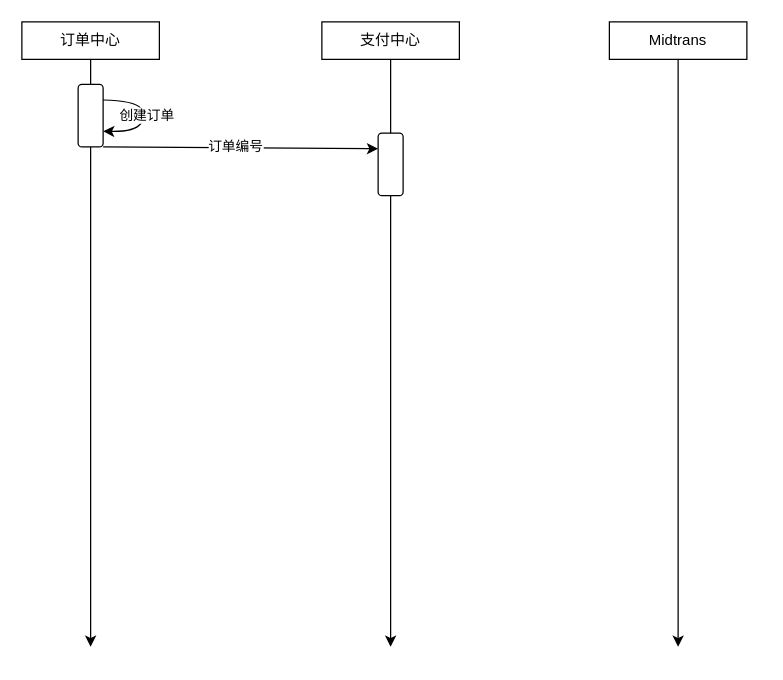
Before: test.drawio in chenjia1949/book, a draw.io diagram. Source tidied: cells renumbered, new cells numbered last; positions are measured from the earlier drawing's top-left corner, leaving out a move shared by most shapes. Both pictures are drawn from the tidied source at 125%, with x=0, y=0 at pixel (21, 21).
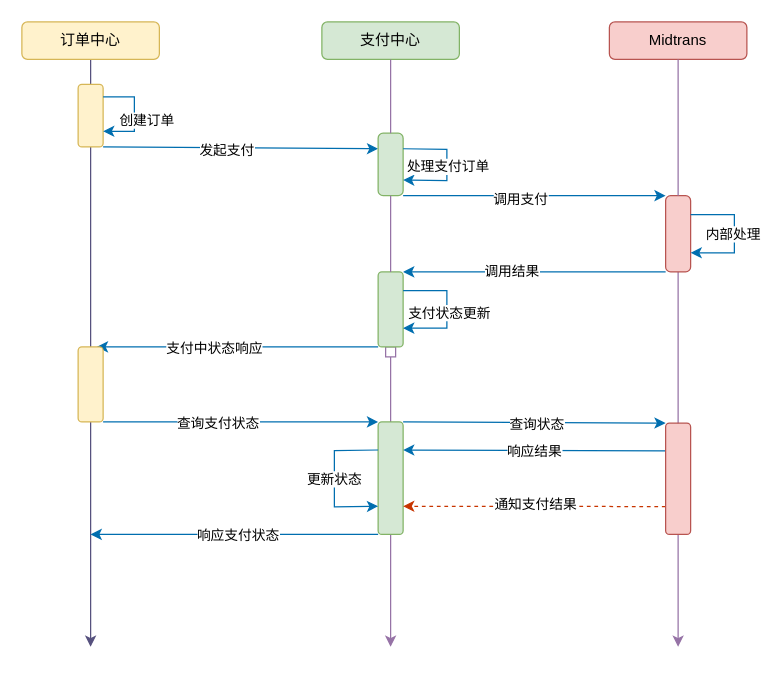
After the change.

Change to the diagram source:
```diff
@@
+    <mxCell id="15" style="edgeStyle=orthogonalEdgeStyle;rounded=0;jettySize=auto;html=1;exitX=0.5;exitY=1;exitDx=0;exitDy=0;endArrow=none;shadow=0;strokeColor=#56517e;fillColor=#d0cee2;" parent="1" edge="1" source="3" target="35">
+      <mxGeometry relative="1" as="geometry" />
+    </mxCell>
-    <mxCell id="2" style="edgeStyle=orthogonalEdgeStyle;rounded=0;jettySize=auto;html=1;exitX=0.5;exitY=1;exitDx=0;exitDy=0;" parent="1" edge="1" source="3">
+    <mxCell id="2" style="edgeStyle=orthogonalEdgeStyle;rounded=0;jettySize=auto;html=1;exitX=0.5;exitY=1;exitDx=0;exitDy=0;startArrow=none;fillColor=#d0cee2;strokeColor=#56517e;" parent="1" edge="1" source="35">
       <mxGeometry relative="1" as="geometry">
         <mxPoint x="55" y="500" as="targetPoint" />
       </mxGeometry>
     </mxCell>
-    <mxCell id="3" value="订单中心" style="rounded=0;whiteSpace=wrap;html=1;" parent="1" vertex="1">
+    <mxCell id="3" value="订单中心" style="rounded=1;whiteSpace=wrap;html=1;fillColor=#fff2cc;strokeColor=#d6b656;" parent="1" vertex="1">
       <mxGeometry width="110" height="30" as="geometry" />
     </mxCell>
-    <mxCell id="4" style="edgeStyle=orthogonalEdgeStyle;rounded=0;jettySize=auto;html=1;exitX=0.5;exitY=1;exitDx=0;exitDy=0;startArrow=none;" parent="1" edge="1" source="13">
+    <mxCell id="4" style="edgeStyle=orthogonalEdgeStyle;rounded=0;jettySize=auto;html=1;exitX=0.5;exitY=1;exitDx=0;exitDy=0;startArrow=box;fillColor=#e1d5e7;strokeColor=#9673a6;startFill=0;" parent="1" edge="1" source="27">
       <mxGeometry relative="1" as="geometry">
         <mxPoint x="295" y="500" as="targetPoint" />
       </mxGeometry>
     </mxCell>
-    <mxCell id="5" value="支付中心" style="rounded=0;whiteSpace=wrap;html=1;" parent="1" vertex="1">
+    <mxCell id="5" value="支付中心" style="rounded=1;whiteSpace=wrap;html=1;fillColor=#d5e8d4;strokeColor=#82b366;" parent="1" vertex="1">
       <mxGeometry x="240" width="110" height="30" as="geometry" />
     </mxCell>
-    <mxCell id="6" style="edgeStyle=orthogonalEdgeStyle;rounded=0;jettySize=auto;html=1;exitX=0.5;exitY=1;exitDx=0;exitDy=0;" parent="1" edge="1" source="7">
+    <mxCell id="6" style="edgeStyle=orthogonalEdgeStyle;rounded=0;jettySize=auto;html=1;exitX=0.5;exitY=1;exitDx=0;exitDy=0;startArrow=none;fillColor=#e1d5e7;strokeColor=#9673a6;" parent="1" edge="1" source="23">
       <mxGeometry relative="1" as="geometry">
         <mxPoint x="525" y="500" as="targetPoint" />
       </mxGeometry>
     </mxCell>
-    <mxCell id="7" value="Midtrans" style="rounded=0;whiteSpace=wrap;html=1;" parent="1" vertex="1">
+    <mxCell id="7" value="Midtrans" style="rounded=1;whiteSpace=wrap;html=1;glass=0;fillColor=#f8cecc;strokeColor=#b85450;" parent="1" vertex="1">
       <mxGeometry x="470" width="110" height="30" as="geometry" />
     </mxCell>
-    <mxCell id="8" style="rounded=1;whiteSpace=wrap;html=1;" parent="1" vertex="1">
+    <mxCell id="8" style="rounded=1;whiteSpace=wrap;html=1;shadow=0;fillColor=#fff2cc;strokeColor=#d6b656;" parent="1" vertex="1">
       <mxGeometry x="45" y="50" width="20" height="50" as="geometry" />
     </mxCell>
-    <mxCell id="9" style="curved=1;endArrow=classic;html=1;rounded=0;exitX=1;exitY=0.25;exitDx=0;exitDy=0;entryX=1;entryY=0.75;entryDx=0;entryDy=0;" parent="1" edge="1" source="8" target="8">
-      <mxGeometry relative="1" as="geometry">
-        <Array as="points">
-          <mxPoint x="90" y="63" />
-          <mxPoint x="100" y="75" />
-          <mxPoint x="90" y="88" />
-        </Array>
-      </mxGeometry>
-    </mxCell>
-    <mxCell id="10" value="创建订单" style="edgeLabel;html=1;align=center;verticalAlign=middle;" parent="9" vertex="1">
-      <mxGeometry x="0.06" y="1" relative="1" as="geometry">
-        <mxPoint y="-3" as="offset" />
-      </mxGeometry>
-    </mxCell>
-    <mxCell id="11" style="endArrow=classic;html=1;rounded=0;exitX=1;exitY=1;exitDx=0;exitDy=0;entryX=0;entryY=0.25;entryDx=0;entryDy=0;" parent="1" edge="1" source="8" target="13">
+    <mxCell id="11" style="endArrow=classic;html=1;rounded=0;exitX=1;exitY=1;exitDx=0;exitDy=0;entryX=0;entryY=0.25;entryDx=0;entryDy=0;fillColor=#1ba1e2;strokeColor=#006EAF;" parent="1" edge="1" source="8" target="13">
       <mxGeometry relative="1" as="geometry" />
     </mxCell>
-    <mxCell id="12" value="订单编号" style="edgeLabel;html=1;align=center;verticalAlign=middle;" parent="11" vertex="1">
-      <mxGeometry x="-0.22" y="2" relative="1" as="geometry">
-        <mxPoint x="19" y="1" as="offset" />
-      </mxGeometry>
-    </mxCell>
+    <mxCell id="16" value="发起支付" style="edgeLabel;html=1;align=center;verticalAlign=middle;" parent="11" vertex="1">
+      <mxGeometry x="-0.1" y="-2" relative="1" as="geometry" />
+    </mxCell>
-    <mxCell id="13" style="rounded=1;whiteSpace=wrap;html=1;" parent="1" vertex="1">
+    <mxCell id="13" style="rounded=1;whiteSpace=wrap;html=1;arcSize=20;fillColor=#d5e8d4;strokeColor=#82b366;" parent="1" vertex="1">
       <mxGeometry x="285" y="89" width="20" height="50" as="geometry" />
     </mxCell>
-    <mxCell id="14" style="edgeStyle=orthogonalEdgeStyle;rounded=0;jettySize=auto;html=1;exitX=0.5;exitY=1;exitDx=0;exitDy=0;endArrow=none;" parent="1" edge="1" source="5" target="13">
+    <mxCell id="14" style="edgeStyle=orthogonalEdgeStyle;rounded=0;jettySize=auto;html=1;exitX=0.5;exitY=1;exitDx=0;exitDy=0;endArrow=none;fillColor=#e1d5e7;strokeColor=#9673a6;" parent="1" edge="1" source="5" target="13">
       <mxGeometry relative="1" as="geometry" />
     </mxCell>
+    <mxCell id="17" style="endArrow=classic;html=1;rounded=0;exitX=1;exitY=0.25;exitDx=0;exitDy=0;entryX=1;entryY=0.75;entryDx=0;entryDy=0;fillColor=#1ba1e2;strokeColor=#006EAF;" parent="1" edge="1" source="13" target="13">
+      <mxGeometry relative="1" as="geometry">
+        <Array as="points">
+          <mxPoint x="340" y="102" />
+          <mxPoint x="340" y="127" />
+        </Array>
+      </mxGeometry>
+    </mxCell>
+    <mxCell id="18" value="处理支付订单" style="edgeLabel;html=1;align=center;verticalAlign=middle;" parent="17" vertex="1">
+      <mxGeometry x="0.03" relative="1" as="geometry" />
+    </mxCell>
+    <mxCell id="19" style="endArrow=classic;html=1;rounded=0;exitX=1;exitY=1;exitDx=0;exitDy=0;entryX=0;entryY=0;entryDx=0;entryDy=0;fillColor=#1ba1e2;strokeColor=#006EAF;" parent="1" edge="1" source="13" target="23">
+      <mxGeometry relative="1" as="geometry" />
+    </mxCell>
+    <mxCell id="20" value="调用支付" style="edgeLabel;html=1;align=center;verticalAlign=middle;" parent="19" vertex="1">
+      <mxGeometry x="-0.11" y="-2" relative="1" as="geometry" />
+    </mxCell>
+    <mxCell id="21" style="rounded=0;jettySize=auto;html=1;exitX=0;exitY=1;exitDx=0;exitDy=0;entryX=1;entryY=0;entryDx=0;entryDy=0;fillColor=#1ba1e2;strokeColor=#006EAF;" parent="1" edge="1" source="23" target="27">
+      <mxGeometry relative="1" as="geometry" />
+    </mxCell>
+    <mxCell id="22" value="调用结果" style="edgeLabel;html=1;align=center;verticalAlign=middle;" parent="21" vertex="1">
+      <mxGeometry x="0.18" y="-1" relative="1" as="geometry" />
+    </mxCell>
+    <mxCell id="23" style="rounded=1;whiteSpace=wrap;html=1;arcSize=20;fillColor=#f8cecc;strokeColor=#b85450;" parent="1" vertex="1">
+      <mxGeometry x="515" y="139" width="20" height="61" as="geometry" />
+    </mxCell>
+    <mxCell id="24" style="edgeStyle=orthogonalEdgeStyle;rounded=0;jettySize=auto;html=1;exitX=0.5;exitY=1;exitDx=0;exitDy=0;endArrow=none;fillColor=#e1d5e7;strokeColor=#9673a6;" parent="1" edge="1" source="7" target="23">
+      <mxGeometry relative="1" as="geometry" />
+    </mxCell>
+    <mxCell id="25" style="edgeStyle=elbowEdgeStyle;rounded=0;jettySize=auto;html=1;exitX=0;exitY=1;exitDx=0;exitDy=0;entryX=0.75;entryY=0;entryDx=0;entryDy=0;fillColor=#1ba1e2;strokeColor=#006EAF;" parent="1" edge="1" source="27" target="35">
+      <mxGeometry relative="1" as="geometry">
+        <Array as="points">
+          <mxPoint x="200" y="260" />
+        </Array>
+      </mxGeometry>
+    </mxCell>
+    <mxCell id="26" value="支付中状态响应" style="edgeLabel;html=1;align=center;verticalAlign=middle;" parent="25" vertex="1">
+      <mxGeometry x="0.17" relative="1" as="geometry" />
+    </mxCell>
+    <mxCell id="27" style="rounded=1;whiteSpace=wrap;html=1;fillColor=#d5e8d4;strokeColor=#82b366;" parent="1" vertex="1">
+      <mxGeometry x="285" y="200" width="20" height="60" as="geometry" />
+    </mxCell>
+    <mxCell id="28" style="edgeStyle=orthogonalEdgeStyle;rounded=0;jettySize=auto;html=1;exitX=0.5;exitY=1;exitDx=0;exitDy=0;startArrow=none;endArrow=none;fillColor=#e1d5e7;strokeColor=#9673a6;" parent="1" edge="1" source="13" target="27">
+      <mxGeometry relative="1" as="geometry" />
+    </mxCell>
+    <mxCell id="29" style="edgeStyle=orthogonalEdgeStyle;rounded=0;orthogonalLoop=1;jettySize=auto;html=1;exitX=1;exitY=0.25;exitDx=0;exitDy=0;entryX=1;entryY=0.75;entryDx=0;entryDy=0;fillColor=#1ba1e2;strokeColor=#006EAF;" parent="1" edge="1" source="27" target="27">
+      <mxGeometry relative="1" as="geometry">
+        <Array as="points">
+          <mxPoint x="340" y="215" />
+          <mxPoint x="340" y="245" />
+        </Array>
+      </mxGeometry>
+    </mxCell>
+    <mxCell id="30" value="支付状态更新" style="edgeLabel;html=1;align=center;verticalAlign=middle;" parent="29" vertex="1">
+      <mxGeometry x="0.03" y="1" relative="1" as="geometry" />
+    </mxCell>
+    <mxCell id="31" style="edgeStyle=elbowEdgeStyle;rounded=0;orthogonalLoop=1;jettySize=auto;html=1;exitX=1;exitY=0.25;exitDx=0;exitDy=0;entryX=1;entryY=0.75;entryDx=0;entryDy=0;elbow=vertical;fillColor=#1ba1e2;strokeColor=#006EAF;" parent="1" edge="1" source="23" target="23">
+      <mxGeometry relative="1" as="geometry">
+        <Array as="points">
+          <mxPoint x="570" y="170" />
+        </Array>
+      </mxGeometry>
+    </mxCell>
+    <mxCell id="32" value="内部处理" style="edgeLabel;html=1;align=center;verticalAlign=middle;" parent="31" vertex="1">
+      <mxGeometry x="0.36" y="-3" relative="1" as="geometry">
+        <mxPoint x="1" y="-12" as="offset" />
+      </mxGeometry>
+    </mxCell>
+    <mxCell id="33" style="rounded=0;jettySize=auto;html=1;exitX=1;exitY=1;exitDx=0;exitDy=0;entryX=0;entryY=0;entryDx=0;entryDy=0;fillColor=#1ba1e2;strokeColor=#006EAF;" parent="1" edge="1" source="35" target="40">
+      <mxGeometry relative="1" as="geometry" />
+    </mxCell>
+    <mxCell id="34" value="查询支付状态" style="edgeLabel;html=1;align=center;verticalAlign=middle;" parent="33" vertex="1">
+      <mxGeometry x="-0.17" relative="1" as="geometry" />
+    </mxCell>
+    <mxCell id="35" style="rounded=1;whiteSpace=wrap;html=1;fillColor=#fff2cc;strokeColor=#d6b656;" parent="1" vertex="1">
+      <mxGeometry x="45" y="260" width="20" height="60" as="geometry" />
+    </mxCell>
+    <mxCell id="10" value="创建订单" style="edgeStyle=orthogonalEdgeStyle;rounded=0;jettySize=auto;html=1;entryX=1;entryY=0.75;entryDx=0;entryDy=0;fillColor=#1ba1e2;strokeColor=#006EAF;" parent="1" edge="1" target="8">
+      <mxGeometry x="0.14" y="10" relative="1" as="geometry">
+        <mxPoint x="65" y="60" as="sourcePoint" />
+        <Array as="points">
+          <mxPoint x="65" y="60" />
+          <mxPoint x="90" y="60" />
+          <mxPoint x="90" y="88" />
+        </Array>
+      </mxGeometry>
+    </mxCell>
+    <mxCell id="36" style="edgeStyle=none;rounded=0;jettySize=auto;html=1;exitX=1;exitY=0;exitDx=0;exitDy=0;entryX=0;entryY=0;entryDx=0;entryDy=0;fillColor=#1ba1e2;strokeColor=#006EAF;" parent="1" edge="1" source="40" target="45">
+      <mxGeometry relative="1" as="geometry" />
+    </mxCell>
+    <mxCell id="37" value="查询状态" style="edgeLabel;html=1;align=center;verticalAlign=middle;" parent="36" vertex="1">
+      <mxGeometry x="0.02" y="-1" relative="1" as="geometry" />
+    </mxCell>
+    <mxCell id="38" style="rounded=0;jettySize=auto;html=1;exitX=0;exitY=1;exitDx=0;exitDy=0;fillColor=#1ba1e2;strokeColor=#006EAF;" parent="1" edge="1" source="40">
+      <mxGeometry relative="1" as="geometry">
+        <mxPoint x="55" y="410" as="targetPoint" />
+      </mxGeometry>
+    </mxCell>
+    <mxCell id="39" value="响应支付状态" style="edgeLabel;html=1;align=center;verticalAlign=middle;" parent="38" vertex="1">
+      <mxGeometry x="-0.02" y="-3" relative="1" as="geometry">
+        <mxPoint y="3" as="offset" />
+      </mxGeometry>
+    </mxCell>
+    <mxCell id="40" style="rounded=1;whiteSpace=wrap;html=1;fillColor=#d5e8d4;strokeColor=#82b366;" parent="1" vertex="1">
+      <mxGeometry x="285" y="320" width="20" height="90" as="geometry" />
+    </mxCell>
+    <mxCell id="41" style="rounded=0;jettySize=auto;html=1;exitX=0;exitY=0.25;exitDx=0;exitDy=0;entryX=1;entryY=0.25;entryDx=0;entryDy=0;fillColor=#1ba1e2;strokeColor=#006EAF;" parent="1" edge="1" source="45" target="40">
+      <mxGeometry relative="1" as="geometry" />
+    </mxCell>
+    <mxCell id="42" value="响应结果" style="edgeLabel;html=1;align=center;verticalAlign=middle;" parent="41" vertex="1">
+      <mxGeometry x="-0.18" y="1" relative="1" as="geometry">
+        <mxPoint x="-19" as="offset" />
+      </mxGeometry>
+    </mxCell>
+    <mxCell id="43" style="edgeStyle=none;rounded=0;jettySize=auto;html=1;dashed=1;exitX=0;exitY=0.75;exitDx=0;exitDy=0;fillColor=#fa6800;strokeColor=#C73500;entryX=1;entryY=0.75;entryDx=0;entryDy=0;" parent="1" edge="1" source="45" target="40">
+      <mxGeometry relative="1" as="geometry" />
+    </mxCell>
+    <mxCell id="44" value="通知支付结果" style="edgeLabel;html=1;align=center;verticalAlign=middle;" parent="43" vertex="1">
+      <mxGeometry x="0.11" y="-2" relative="1" as="geometry">
+        <mxPoint x="12" as="offset" />
+      </mxGeometry>
+    </mxCell>
+    <mxCell id="45" style="rounded=1;whiteSpace=wrap;html=1;fillColor=#f8cecc;strokeColor=#b85450;" parent="1" vertex="1">
+      <mxGeometry x="515" y="321" width="20" height="89" as="geometry" />
+    </mxCell>
+    <mxCell id="46" value="更新状态" style="edgeStyle=none;rounded=0;orthogonalLoop=1;jettySize=auto;html=1;exitX=0;exitY=0.25;exitDx=0;exitDy=0;entryX=0;entryY=0.75;entryDx=0;entryDy=0;fillColor=#1ba1e2;strokeColor=#006EAF;" parent="1" edge="1" source="40" target="40">
+      <mxGeometry relative="1" as="geometry">
+        <Array as="points">
+          <mxPoint x="250" y="343" />
+          <mxPoint x="250" y="388" />
+        </Array>
+      </mxGeometry>
+    </mxCell>
```
